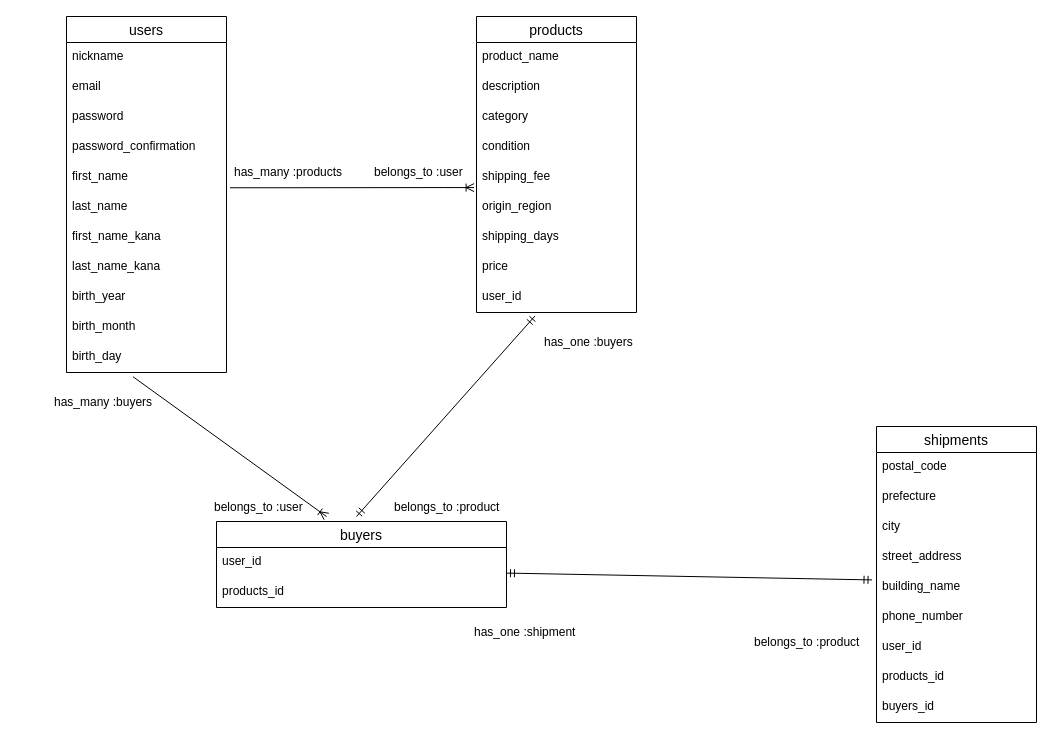
burgman2000/furima-40006 keeps this draw.io diagram as fumima-40006.dio. Above is the earlier version. Source tidied: cells renumbered, new cells numbered last; positions are measured from the earlier drawing's top-left corner, leaving out a move shared by most shapes. Both pictures are drawn from the tidied source at 100%, with x=0, y=0 at pixel (16, 16).
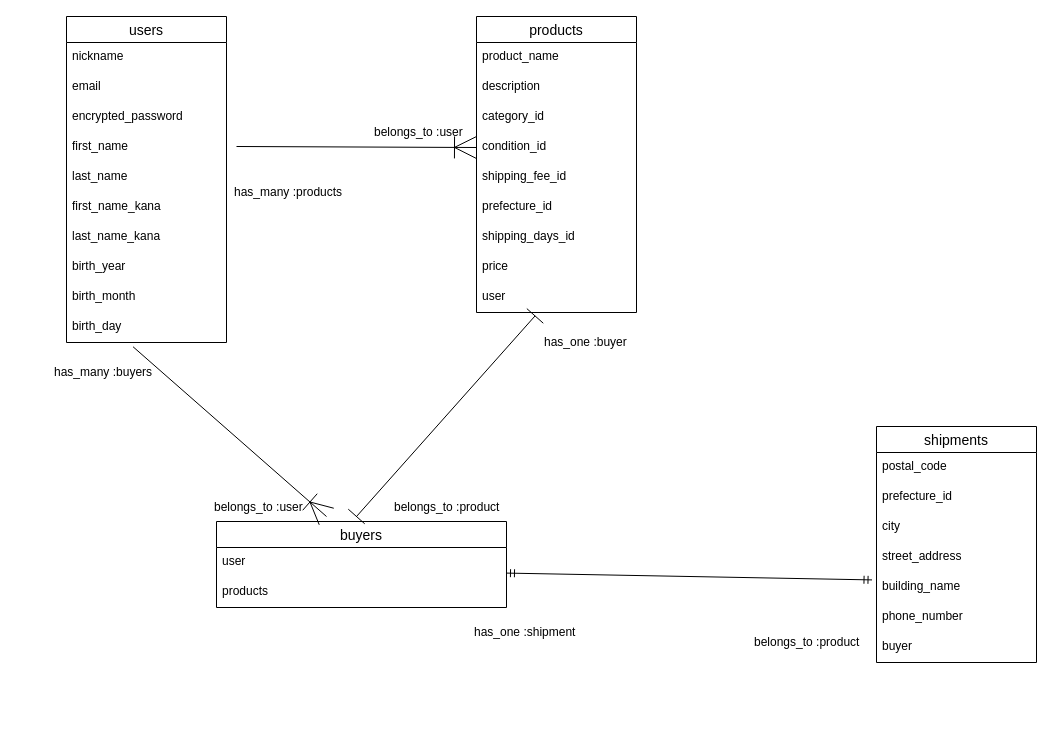
Above is the later version.

Commit message (it also covers changes not shown here):
修正しました

The change refers to these unchanged cells:
```xml
<mxCell id="14" value="products" style="swimlane;fontStyle=0;horizontal=1;startSize=26;align=center;fontSize=14;" parent="1" vertex="1">
  <mxGeometry x="460" width="160" height="296" as="geometry" />
</mxCell>
<mxCell id="24" value="buyers" style="swimlane;fontStyle=0;horizontal=1;startSize=26;align=center;fontSize=14;" parent="1" vertex="1">
  <mxGeometry x="200" y="505" width="290" height="86" as="geometry" />
</mxCell>
<mxCell id="62" style="shape=tableRow;horizontal=0;startSize=0;swimlaneHead=0;swimlaneBody=0;fillColor=none;top=0;left=0;right=0;bottom=0;" parent="61" vertex="1">
  <mxGeometry width="180" height="30" as="geometry" />
</mxCell>
```

Diff of the diagram source:
```diff
@@
     <mxCell id="2" value="users" style="swimlane;fontStyle=0;horizontal=1;startSize=26;align=center;fontSize=14;" parent="1" vertex="1">
-      <mxGeometry x="50" width="160" height="356" as="geometry" />
+      <mxGeometry x="50" width="160" height="326" as="geometry" />
     </mxCell>
@@
-    <mxCell id="5" value="password" style="text;strokeColor=none;fillColor=none;spacingLeft=4;spacingRight=4;overflow=hidden;fontSize=12;" parent="2" vertex="1">
-      <mxGeometry y="86" width="160" height="30" as="geometry" />
-    </mxCell>
-    <mxCell id="6" value="password_confirmation" style="text;strokeColor=none;fillColor=none;spacingLeft=4;spacingRight=4;overflow=hidden;fontSize=12;" parent="2" vertex="1">
-      <mxGeometry y="116" width="160" height="30" as="geometry" />
+    <mxCell id="6" value="encrypted_password" style="text;strokeColor=none;fillColor=none;spacingLeft=4;spacingRight=4;overflow=hidden;fontSize=12;" parent="2" vertex="1">
+      <mxGeometry y="86" width="160" height="30" as="geometry" />
     </mxCell>
     <mxCell id="7" value="first_name" style="text;strokeColor=none;fillColor=none;spacingLeft=4;spacingRight=4;overflow=hidden;points=[[0,0.5],[1,0.5]];portConstraint=eastwest;fontSize=12;" parent="2" vertex="1">
-      <mxGeometry y="146" width="160" height="30" as="geometry" />
+      <mxGeometry y="116" width="160" height="30" as="geometry" />
     </mxCell>
     <mxCell id="8" value="last_name" style="text;strokeColor=none;fillColor=none;spacingLeft=4;spacingRight=4;overflow=hidden;fontSize=12;" parent="2" vertex="1">
-      <mxGeometry y="176" width="160" height="30" as="geometry" />
+      <mxGeometry y="146" width="160" height="30" as="geometry" />
     </mxCell>
     <mxCell id="9" value="first_name_kana " style="text;strokeColor=none;fillColor=none;spacingLeft=4;spacingRight=4;overflow=hidden;fontSize=12;" parent="2" vertex="1">
-      <mxGeometry y="206" width="160" height="30" as="geometry" />
+      <mxGeometry y="176" width="160" height="30" as="geometry" />
     </mxCell>
     <mxCell id="10" value="last_name_kana" style="text;strokeColor=none;fillColor=none;spacingLeft=4;spacingRight=4;overflow=hidden;fontSize=12;" parent="2" vertex="1">
-      <mxGeometry y="236" width="160" height="30" as="geometry" />
+      <mxGeometry y="206" width="160" height="30" as="geometry" />
     </mxCell>
     <mxCell id="11" value="birth_year" style="text;strokeColor=none;fillColor=none;spacingLeft=4;spacingRight=4;overflow=hidden;fontSize=12;" parent="2" vertex="1">
-      <mxGeometry y="266" width="160" height="30" as="geometry" />
+      <mxGeometry y="236" width="160" height="30" as="geometry" />
     </mxCell>
     <mxCell id="12" value="birth_month " style="text;strokeColor=none;fillColor=none;spacingLeft=4;spacingRight=4;overflow=hidden;fontSize=12;" parent="2" vertex="1">
-      <mxGeometry y="296" width="160" height="30" as="geometry" />
+      <mxGeometry y="266" width="160" height="30" as="geometry" />
     </mxCell>
     <mxCell id="13" value="birth_day" style="text;strokeColor=none;fillColor=none;spacingLeft=4;spacingRight=4;overflow=hidden;points=[[0,0.5],[1,0.5]];portConstraint=eastwest;fontSize=12;" parent="2" vertex="1">
-      <mxGeometry y="326" width="160" height="30" as="geometry" />
+      <mxGeometry y="296" width="160" height="30" as="geometry" />
     </mxCell>
@@
-    <mxCell id="17" value="category" style="text;strokeColor=none;fillColor=none;spacingLeft=4;spacingRight=4;overflow=hidden;fontSize=12;" parent="14" vertex="1">
+    <mxCell id="17" value="category_id " style="text;strokeColor=none;fillColor=none;spacingLeft=4;spacingRight=4;overflow=hidden;fontSize=12;" parent="14" vertex="1">
       <mxGeometry y="86" width="160" height="30" as="geometry" />
     </mxCell>
-    <mxCell id="18" value="condition" style="text;strokeColor=none;fillColor=none;spacingLeft=4;spacingRight=4;overflow=hidden;points=[[0,0.5],[1,0.5]];portConstraint=eastwest;fontSize=12;" parent="14" vertex="1">
+    <mxCell id="18" value="condition_id" style="text;strokeColor=none;fillColor=none;spacingLeft=4;spacingRight=4;overflow=hidden;points=[[0,0.5],[1,0.5]];portConstraint=eastwest;fontSize=12;" parent="14" vertex="1">
       <mxGeometry y="116" width="160" height="30" as="geometry" />
     </mxCell>
-    <mxCell id="19" value="shipping_fee" style="text;strokeColor=none;fillColor=none;spacingLeft=4;spacingRight=4;overflow=hidden;points=[[0,0.5],[1,0.5]];portConstraint=eastwest;fontSize=12;" parent="14" vertex="1">
+    <mxCell id="19" value="shipping_fee_id" style="text;strokeColor=none;fillColor=none;spacingLeft=4;spacingRight=4;overflow=hidden;points=[[0,0.5],[1,0.5]];portConstraint=eastwest;fontSize=12;" parent="14" vertex="1">
       <mxGeometry y="146" width="160" height="30" as="geometry" />
     </mxCell>
-    <mxCell id="20" value="origin_region     " style="text;strokeColor=none;fillColor=none;spacingLeft=4;spacingRight=4;overflow=hidden;fontSize=12;" parent="14" vertex="1">
+    <mxCell id="20" value="prefecture_id  " style="text;strokeColor=none;fillColor=none;spacingLeft=4;spacingRight=4;overflow=hidden;fontSize=12;" parent="14" vertex="1">
       <mxGeometry y="176" width="160" height="30" as="geometry" />
     </mxCell>
-    <mxCell id="21" value="shipping_days" style="text;strokeColor=none;fillColor=none;spacingLeft=4;spacingRight=4;overflow=hidden;fontSize=12;" parent="14" vertex="1">
+    <mxCell id="21" value="shipping_days_id" style="text;strokeColor=none;fillColor=none;spacingLeft=4;spacingRight=4;overflow=hidden;fontSize=12;" parent="14" vertex="1">
       <mxGeometry y="206" width="160" height="30" as="geometry" />
     </mxCell>
@@
-    <mxCell id="23" value="user_id" style="text;strokeColor=none;fillColor=none;spacingLeft=4;spacingRight=4;overflow=hidden;points=[[0,0.5],[1,0.5]];portConstraint=eastwest;fontSize=12;" parent="14" vertex="1">
+    <mxCell id="23" value="user" style="text;strokeColor=none;fillColor=none;spacingLeft=4;spacingRight=4;overflow=hidden;points=[[0,0.5],[1,0.5]];portConstraint=eastwest;fontSize=12;" parent="14" vertex="1">
       <mxGeometry y="266" width="160" height="30" as="geometry" />
     </mxCell>
@@
-    <mxCell id="25" value="user_id" style="text;strokeColor=none;fillColor=none;spacingLeft=4;spacingRight=4;overflow=hidden;fontSize=12;" parent="24" vertex="1">
+    <mxCell id="25" value="user" style="text;strokeColor=none;fillColor=none;spacingLeft=4;spacingRight=4;overflow=hidden;fontSize=12;" parent="24" vertex="1">
       <mxGeometry y="26" width="290" height="30" as="geometry" />
     </mxCell>
-    <mxCell id="26" value="products_id" style="text;strokeColor=none;fillColor=none;spacingLeft=4;spacingRight=4;overflow=hidden;fontSize=12;" parent="24" vertex="1">
+    <mxCell id="26" value="products" style="text;strokeColor=none;fillColor=none;spacingLeft=4;spacingRight=4;overflow=hidden;fontSize=12;" parent="24" vertex="1">
       <mxGeometry y="56" width="290" height="30" as="geometry" />
     </mxCell>
     <mxCell id="27" value="shipments" style="swimlane;fontStyle=0;horizontal=1;startSize=26;align=center;fontSize=14;" parent="1" vertex="1">
-      <mxGeometry x="860" y="410" width="160" height="296" as="geometry" />
+      <mxGeometry x="860" y="410" width="160" height="236" as="geometry" />
     </mxCell>
@@
-    <mxCell id="29" value="prefecture" style="text;strokeColor=none;fillColor=none;spacingLeft=4;spacingRight=4;overflow=hidden;fontSize=12;" parent="27" vertex="1">
+    <mxCell id="29" value="prefecture_id" style="text;strokeColor=none;fillColor=none;spacingLeft=4;spacingRight=4;overflow=hidden;fontSize=12;" parent="27" vertex="1">
       <mxGeometry y="56" width="160" height="30" as="geometry" />
     </mxCell>
@@
-    <mxCell id="34" value="user_id" style="text;strokeColor=none;fillColor=none;spacingLeft=4;spacingRight=4;overflow=hidden;fontSize=12;" parent="27" vertex="1">
-      <mxGeometry y="206" width="160" height="30" as="geometry" />
-    </mxCell>
-    <mxCell id="35" value="products_id" style="text;strokeColor=none;fillColor=none;spacingLeft=4;spacingRight=4;overflow=hidden;fontSize=12;" parent="27" vertex="1">
-      <mxGeometry y="236" width="160" height="30" as="geometry" />
-    </mxCell>
-    <mxCell id="36" value="buyers_id" style="text;strokeColor=none;fillColor=none;spacingLeft=4;spacingRight=4;overflow=hidden;fontSize=12;" parent="27" vertex="1">
-      <mxGeometry y="266" width="160" height="30" as="geometry" />
+    <mxCell id="36" value="buyer" style="text;strokeColor=none;fillColor=none;spacingLeft=4;spacingRight=4;overflow=hidden;fontSize=12;" parent="27" vertex="1">
+      <mxGeometry y="206" width="160" height="30" as="geometry" />
     </mxCell>
-    <mxCell id="37" style="edgeStyle=entityRelationEdgeStyle;fontSize=12;html=1;endArrow=ERoneToMany;exitX=1.022;exitY=0.842;exitDx=0;exitDy=0;exitPerimeter=0;entryX=-0.015;entryY=0.836;entryDx=0;entryDy=0;entryPerimeter=0;" parent="1" edge="1" source="7" target="19">
-      <mxGeometry relative="1" as="geometry" />
+    <mxCell id="37" style="fontSize=12;html=1;endArrow=ERoneToMany;entryX=0;entryY=0.5;entryDx=0;entryDy=0;startSize=20;endSize=20;" parent="1" edge="1" target="18">
+      <mxGeometry relative="1" as="geometry">
+        <mxPoint x="220" y="130" as="sourcePoint" />
+      </mxGeometry>
     </mxCell>
-    <mxCell id="38" style="fontSize=12;html=1;endArrow=ERoneToMany;exitX=0.416;exitY=1.142;exitDx=0;exitDy=0;exitPerimeter=0;endSize=6;" parent="1" edge="1" source="13">
+    <mxCell id="38" style="fontSize=12;html=1;endArrow=ERoneToMany;exitX=0.416;exitY=1.142;exitDx=0;exitDy=0;exitPerimeter=0;endSize=20;startSize=10;" parent="1" edge="1" source="13">
       <mxGeometry relative="1" as="geometry">
         <mxPoint x="310" y="500" as="targetPoint" />
       </mxGeometry>
     </mxCell>
-    <mxCell id="39" style="fontSize=12;html=1;endArrow=ERmandOne;startArrow=ERmandOne;entryX=0.366;entryY=1.114;entryDx=0;entryDy=0;entryPerimeter=0;" parent="1" edge="1" target="23">
+    <mxCell id="39" style="fontSize=12;html=1;endArrow=baseDash;startArrow=baseDash;entryX=0.366;entryY=1.114;entryDx=0;entryDy=0;entryPerimeter=0;startFill=0;endFill=0;endSize=20;startSize=20;" parent="1" edge="1" target="23">
       <mxGeometry relative="1" as="geometry">
         <mxPoint x="340" y="500" as="sourcePoint" />
       </mxGeometry>
     </mxCell>
@@
     <mxCell id="41" style="shape=table;startSize=0;childLayout=tableLayout;rowLines=0;fontStyle=0;align=center;strokeColor=none;fillColor=none;" parent="1" vertex="1">
-      <mxGeometry x="180" y="140" width="180" height="30" as="geometry" />
+      <mxGeometry x="180" y="160" width="180" height="30" as="geometry" />
     </mxCell>
@@
     <mxCell id="45" style="shape=table;startSize=0;childLayout=tableLayout;rowLines=0;fontStyle=0;align=center;strokeColor=none;fillColor=none;" parent="1" vertex="1">
-      <mxGeometry y="370" width="180" height="30" as="geometry" />
+      <mxGeometry y="340" width="180" height="30" as="geometry" />
     </mxCell>
@@
     <mxCell id="49" style="shape=table;startSize=0;childLayout=tableLayout;rowLines=0;fontStyle=0;align=center;strokeColor=none;fillColor=none;" parent="1" vertex="1">
-      <mxGeometry x="290" y="140" width="180" height="30" as="geometry" />
+      <mxGeometry x="290" y="100" width="180" height="30" as="geometry" />
     </mxCell>
@@
-    <mxCell id="64" value="has_one :buyers" style="shape=partialRectangle;fillColor=none;top=0;left=0;bottom=0;right=0;align=left;spacingLeft=6;overflow=hidden;" parent="62" vertex="1">
+    <mxCell id="64" value="has_one :buyer" style="shape=partialRectangle;fillColor=none;top=0;left=0;bottom=0;right=0;align=left;spacingLeft=6;overflow=hidden;" parent="62" vertex="1">
       <mxGeometry x="30" width="150" height="30" as="geometry" />
     </mxCell>
```
